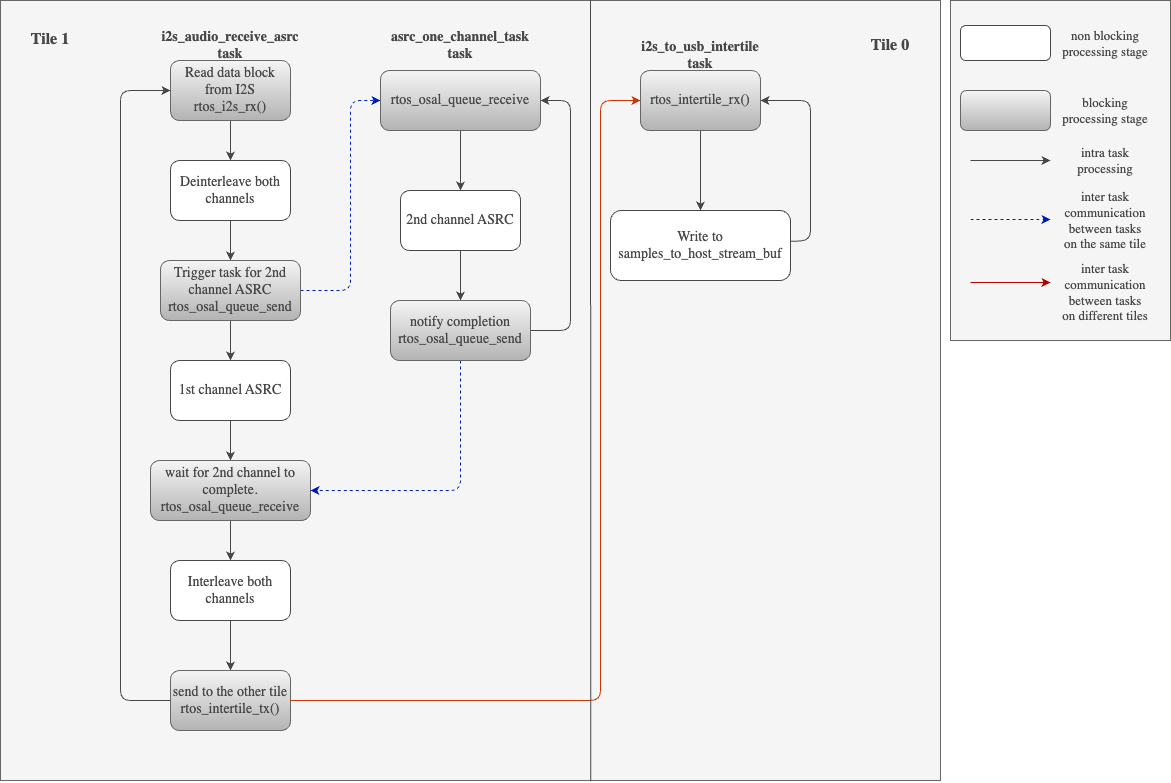
This is doc/programming_guide/asrc/diagrams/asrc_i2s_to_usb_data_path.png from xmos/sln_voice, a draw.io export, as it was before one commit. Source tidied: cells renumbered, new cells last; positions are measured from the earlier drawing's top-left corner, leaving out a move shared by most shapes.
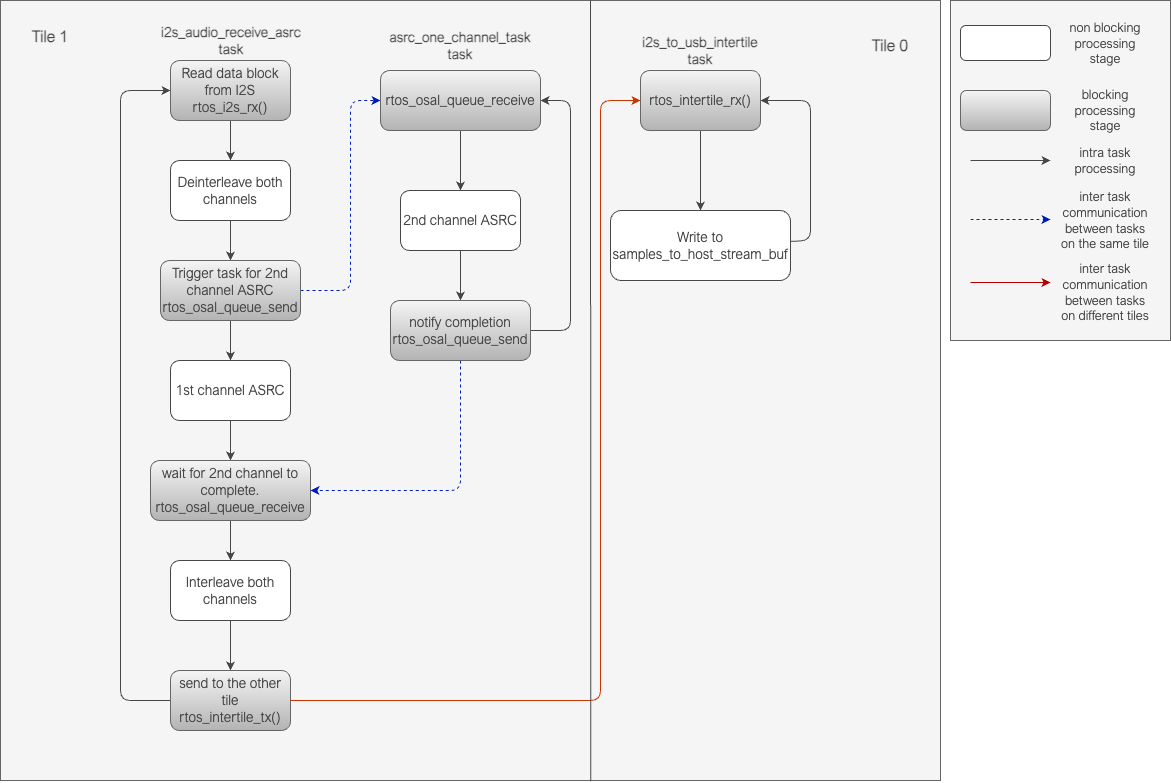
After the change.

Diff of the diagram source:
```diff
@@ -114,14 +114,14 @@
     <mxCell id="28" value="&lt;font style=&quot;font-size: 14px;&quot;&gt;notify completion&lt;br&gt;rtos_osal_queue_send&lt;/font&gt;" style="whiteSpace=wrap;html=1;fontFamily=Arial Nova Light;fillColor=#f5f5f5;strokeColor=#666666;fontColor=#464749;rounded=1;gradientColor=#b3b3b3;" parent="1" vertex="1">
       <mxGeometry x="390" y="300" width="140" height="60" as="geometry" />
     </mxCell>
-    <mxCell id="29" value="&lt;b&gt;i2s_audio_receive_asrc&lt;br&gt;task&lt;br&gt;&lt;/b&gt;" style="text;html=1;strokeColor=none;fillColor=none;align=center;verticalAlign=middle;whiteSpace=wrap;rounded=0;fontFamily=Arial Nova Light;fontColor=#464749;fontSize=14;fontStyle=0;" parent="1" vertex="1">
-      <mxGeometry x="165" y="30" width="130" height="30" as="geometry" />
+    <mxCell id="29" value="&lt;span&gt;&lt;font&gt;i2s_audio_receive_asrc&lt;br&gt;task&lt;/font&gt;&lt;br&gt;&lt;/span&gt;" style="text;html=1;strokeColor=none;fillColor=none;align=center;verticalAlign=middle;whiteSpace=wrap;rounded=0;fontFamily=Arial Nova Light;fontColor=#464749;fontSize=14;fontStyle=1;" parent="1" vertex="1">
+      <mxGeometry x="166" y="25" width="130" height="30" as="geometry" />
     </mxCell>
-    <mxCell id="30" value="&lt;b&gt;asrc_one_channel_task&lt;br&gt;task&lt;br&gt;&lt;/b&gt;" style="text;html=1;strokeColor=none;fillColor=none;align=center;verticalAlign=middle;whiteSpace=wrap;rounded=0;fontFamily=Arial Nova Light;fontColor=#464749;fontSize=14;" parent="1" vertex="1">
+    <mxCell id="30" value="&lt;b&gt;&lt;font&gt;asrc_one_channel_task&lt;br&gt;task&lt;/font&gt;&lt;/b&gt;" style="text;html=1;strokeColor=none;fillColor=none;align=center;verticalAlign=middle;whiteSpace=wrap;rounded=0;fontFamily=Arial Nova Light;fontColor=#464749;fontSize=14;" parent="1" vertex="1">
       <mxGeometry x="400" y="30" width="120" height="30" as="geometry" />
     </mxCell>
-    <mxCell id="31" value="&lt;b&gt;i2s_to_usb_intertile&lt;br&gt;task&lt;br&gt;&lt;/b&gt;" style="text;html=1;strokeColor=none;fillColor=none;align=center;verticalAlign=middle;whiteSpace=wrap;rounded=0;fontFamily=Arial Nova Light;fontColor=#464749;fontSize=14;" parent="1" vertex="1">
-      <mxGeometry x="670" y="40" width="60" height="30" as="geometry" />
+    <mxCell id="31" value="&lt;b&gt;&lt;font&gt;i2s_to_usb_intertile&lt;br&gt;task&lt;/font&gt;&lt;/b&gt;" style="text;html=1;strokeColor=none;fillColor=none;align=center;verticalAlign=middle;whiteSpace=wrap;rounded=0;fontFamily=Arial Nova Light;fontColor=#464749;fontSize=14;" parent="1" vertex="1">
+      <mxGeometry x="670" y="35" width="60" height="30" as="geometry" />
     </mxCell>
     <mxCell id="32" value="&lt;font style=&quot;font-size: 14px;&quot;&gt;rtos_osal_queue_receive&lt;/font&gt;" style="rounded=1;whiteSpace=wrap;html=1;strokeColor=#666666;fontFamily=Arial Nova Light;fontColor=#464749;fillColor=#f5f5f5;gradientColor=#b3b3b3;" parent="1" vertex="1">
       <mxGeometry x="380" y="70" width="160" height="60" as="geometry" />
@@ -131,13 +131,13 @@
         <mxPoint x="590" as="targetPoint" />
       </mxGeometry>
     </mxCell>
-    <mxCell id="34" value="&lt;b&gt;&lt;font style=&quot;font-size: 16px;&quot;&gt;Tile 1&lt;/font&gt;&lt;/b&gt;" style="text;html=1;strokeColor=none;fillColor=none;align=center;verticalAlign=middle;whiteSpace=wrap;rounded=0;fontFamily=Arial Nova Light;fontColor=#464749;" parent="1" vertex="1">
-      <mxGeometry x="20" y="23.8" width="60" height="30" as="geometry" />
+    <mxCell id="34" value="&lt;font style=&quot;font-size: 16px;&quot;&gt;&lt;b&gt;Tile 1&lt;/b&gt;&lt;/font&gt;" style="text;html=1;strokeColor=none;fillColor=none;align=center;verticalAlign=middle;whiteSpace=wrap;rounded=0;fontFamily=Arial Nova Light;fontColor=#464749;" parent="1" vertex="1">
+      <mxGeometry x="20" y="20.8" width="60" height="30" as="geometry" />
     </mxCell>
     <mxCell id="35" value="&lt;b&gt;&lt;font style=&quot;font-size: 16px;&quot;&gt;Tile 0&lt;/font&gt;&lt;/b&gt;" style="text;html=1;strokeColor=none;fillColor=none;align=center;verticalAlign=middle;whiteSpace=wrap;rounded=0;fontFamily=Arial Nova Light;fontColor=#464749;" parent="1" vertex="1">
       <mxGeometry x="860" y="30" width="60" height="30" as="geometry" />
     </mxCell>
-    <mxCell id="36" style="group;fillColor=#f5f5f5;fontColor=#333333;strokeColor=#666666;" parent="1" vertex="1">
+    <mxCell id="36" style="group;fillColor=#f5f5f5;fontColor=#333333;strokeColor=#666666;fontFamily=Arial Nova Light;" parent="1" vertex="1">
       <mxGeometry x="950" width="220" height="340" as="geometry" />
     </mxCell>
     <mxCell id="37" style="rounded=0;whiteSpace=wrap;html=1;strokeColor=#666666;fontFamily=Arial Nova Light;fontColor=#333333;fillColor=#f5f5f5;" parent="36" vertex="1">
```
